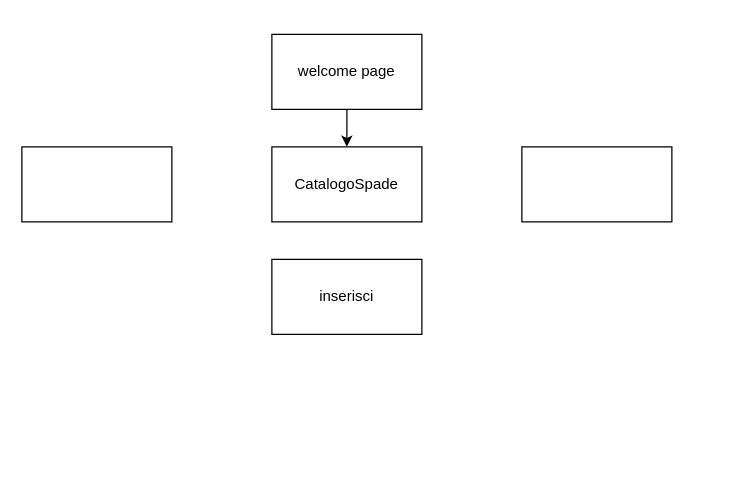
Earlier version of the draw.io diagram page "SEQUENZA INTERAZIONE PAGINE" (3 of 3) of resources/DIAGRAMMA_ARMI.drawio (mauromado/CatalogoSpade). Source tidied: cells renumbered, new cells numbered last; positions are measured from the earlier drawing's top-left corner, leaving out a move shared by most shapes. Both pictures are drawn from the tidied source at 125%, with x=0, y=0 at pixel (21, 34).
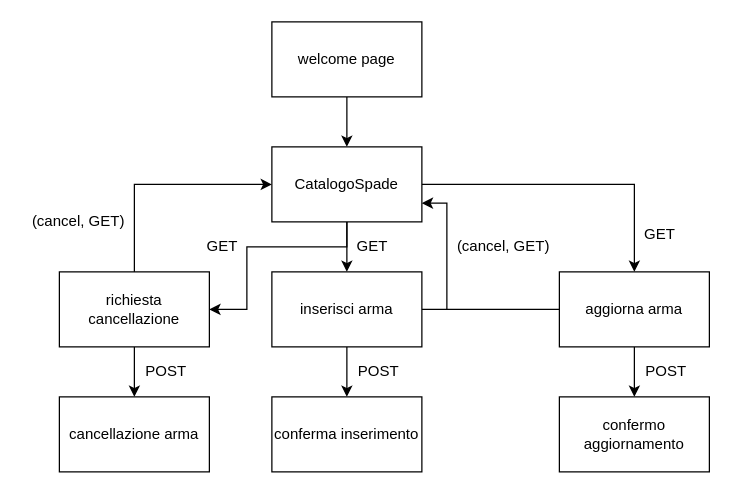
The same page after the edit.

Commit message:
aggiornamento diagramma interazione pagine

The change refers to these unchanged cells:
```xml
<mxCell id="4" value="CatalogoSpade" style="rounded=0;whiteSpace=wrap;html=1;" parent="1" vertex="1">
  <mxGeometry x="200" y="90" width="120" height="60" as="geometry" />
</mxCell>
```

What changed in the source:
```diff
@@
     <mxCell id="3" value="welcome page" style="rounded=0;whiteSpace=wrap;html=1;" parent="1" vertex="1">
-      <mxGeometry x="200" width="120" height="60" as="geometry" />
+      <mxGeometry x="200" y="-10" width="120" height="60" as="geometry" />
     </mxCell>
+    <mxCell id="8" style="edgeStyle=orthogonalEdgeStyle;rounded=0;jettySize=auto;html=1;exitX=0.5;exitY=1;exitDx=0;exitDy=0;entryX=0.5;entryY=0;entryDx=0;entryDy=0;" parent="1" edge="1" source="4" target="5">
+      <mxGeometry relative="1" as="geometry" />
+    </mxCell>
+    <mxCell id="9" style="edgeStyle=orthogonalEdgeStyle;rounded=0;jettySize=auto;html=1;entryX=1;entryY=0.5;entryDx=0;entryDy=0;exitX=0.5;exitY=1;exitDx=0;exitDy=0;" parent="1" edge="1" source="4" target="7">
+      <mxGeometry relative="1" as="geometry">
+        <Array as="points">
+          <mxPoint x="260" y="170" />
+          <mxPoint x="180" y="170" />
+          <mxPoint x="180" y="220" />
+        </Array>
+      </mxGeometry>
+    </mxCell>
+    <mxCell id="10" style="edgeStyle=orthogonalEdgeStyle;rounded=0;jettySize=auto;html=1;exitX=1;exitY=0.5;exitDx=0;exitDy=0;entryX=0.5;entryY=0;entryDx=0;entryDy=0;" parent="1" edge="1" source="4" target="23">
+      <mxGeometry relative="1" as="geometry" />
+    </mxCell>
@@
+    <mxCell id="11" style="edgeStyle=orthogonalEdgeStyle;rounded=0;jettySize=auto;html=1;entryX=0.5;entryY=0;entryDx=0;entryDy=0;" parent="1" edge="1" source="5" target="6">
+      <mxGeometry relative="1" as="geometry" />
+    </mxCell>
+    <mxCell id="12" style="edgeStyle=orthogonalEdgeStyle;rounded=0;jettySize=auto;html=1;entryX=1;entryY=0.75;entryDx=0;entryDy=0;exitX=1;exitY=0.5;exitDx=0;exitDy=0;" parent="1" edge="1" source="5" target="4">
+      <mxGeometry relative="1" as="geometry" />
+    </mxCell>
-    <mxCell id="5" value="inserisci" style="rounded=0;whiteSpace=wrap;html=1;" parent="1" vertex="1">
-      <mxGeometry x="200" y="180" width="120" height="60" as="geometry" />
+    <mxCell id="5" value="inserisci arma" style="rounded=0;whiteSpace=wrap;html=1;" parent="1" vertex="1">
+      <mxGeometry x="200" y="190" width="120" height="60" as="geometry" />
     </mxCell>
-    <mxCell id="6" style="rounded=0;whiteSpace=wrap;html=1;" parent="1" vertex="1">
-      <mxGeometry x="400" y="90" width="120" height="60" as="geometry" />
+    <mxCell id="6" value="conferma inserimento" style="rounded=0;whiteSpace=wrap;html=1;" parent="1" vertex="1">
+      <mxGeometry x="200" y="290" width="120" height="60" as="geometry" />
     </mxCell>
+    <mxCell id="13" style="edgeStyle=orthogonalEdgeStyle;rounded=0;jettySize=auto;html=1;entryX=0.5;entryY=0;entryDx=0;entryDy=0;" parent="1" edge="1" source="7" target="18">
+      <mxGeometry relative="1" as="geometry" />
+    </mxCell>
+    <mxCell id="14" style="edgeStyle=orthogonalEdgeStyle;rounded=0;jettySize=auto;html=1;entryX=0;entryY=0.5;entryDx=0;entryDy=0;exitX=0.5;exitY=0;exitDx=0;exitDy=0;" parent="1" edge="1" source="7" target="4">
+      <mxGeometry relative="1" as="geometry" />
+    </mxCell>
-    <mxCell id="7" style="rounded=0;whiteSpace=wrap;html=1;" parent="1" vertex="1">
-      <mxGeometry y="90" width="120" height="60" as="geometry" />
+    <mxCell id="7" value="richiesta cancellazione" style="rounded=0;whiteSpace=wrap;html=1;" parent="1" vertex="1">
+      <mxGeometry x="30" y="190" width="120" height="60" as="geometry" />
     </mxCell>
+    <mxCell id="15" value="GET" style="text;html=1;align=center;verticalAlign=middle;strokeColor=none;fillColor=none;" parent="1" vertex="1">
+      <mxGeometry x="260" y="160" width="40" height="20" as="geometry" />
+    </mxCell>
+    <mxCell id="16" value="POST" style="text;html=1;align=center;verticalAlign=middle;strokeColor=none;fillColor=none;" parent="1" vertex="1">
+      <mxGeometry x="260" y="260" width="50" height="20" as="geometry" />
+    </mxCell>
+    <mxCell id="17" value="GET" style="text;html=1;align=center;verticalAlign=middle;strokeColor=none;fillColor=none;" parent="1" vertex="1">
+      <mxGeometry x="140" y="160" width="40" height="20" as="geometry" />
+    </mxCell>
+    <mxCell id="18" value="cancellazione arma" style="rounded=0;whiteSpace=wrap;html=1;" parent="1" vertex="1">
+      <mxGeometry x="30" y="290" width="120" height="60" as="geometry" />
+    </mxCell>
+    <mxCell id="19" value="POST" style="text;html=1;align=center;verticalAlign=middle;strokeColor=none;fillColor=none;" parent="1" vertex="1">
+      <mxGeometry x="90" y="260" width="50" height="20" as="geometry" />
+    </mxCell>
+    <mxCell id="20" value="(cancel, GET)" style="text;html=1;align=center;verticalAlign=middle;strokeColor=none;fillColor=none;" parent="1" vertex="1">
+      <mxGeometry x="340" y="160" width="90" height="20" as="geometry" />
+    </mxCell>
+    <mxCell id="21" value="(cancel, GET)" style="text;html=1;align=center;verticalAlign=middle;strokeColor=none;fillColor=none;" parent="1" vertex="1">
+      <mxGeometry y="140" width="90" height="20" as="geometry" />
+    </mxCell>
+    <mxCell id="22" style="edgeStyle=orthogonalEdgeStyle;rounded=0;jettySize=auto;html=1;entryX=0.5;entryY=0;entryDx=0;entryDy=0;" parent="1" edge="1" source="23" target="24">
+      <mxGeometry relative="1" as="geometry" />
+    </mxCell>
+    <mxCell id="23" value="aggiorna arma" style="rounded=0;whiteSpace=wrap;html=1;" parent="1" vertex="1">
+      <mxGeometry x="430" y="190" width="120" height="60" as="geometry" />
+    </mxCell>
+    <mxCell id="24" value="confermo aggiornamento" style="rounded=0;whiteSpace=wrap;html=1;" parent="1" vertex="1">
+      <mxGeometry x="430" y="290" width="120" height="60" as="geometry" />
+    </mxCell>
+    <mxCell id="25" value="POST" style="text;html=1;align=center;verticalAlign=middle;strokeColor=none;fillColor=none;" parent="1" vertex="1">
+      <mxGeometry x="490" y="260" width="50" height="20" as="geometry" />
+    </mxCell>
+    <mxCell id="26" value="GET" style="text;html=1;align=center;verticalAlign=middle;strokeColor=none;fillColor=none;" parent="1" vertex="1">
+      <mxGeometry x="490" y="150" width="40" height="20" as="geometry" />
+    </mxCell>
+    <mxCell id="27" style="endArrow=none;html=1;rounded=0;exitX=0;exitY=0.5;exitDx=0;exitDy=0;" parent="1" edge="1" source="23">
+      <mxGeometry relative="1" as="geometry">
+        <mxPoint x="340" y="220" as="targetPoint" />
+      </mxGeometry>
+    </mxCell>
```
